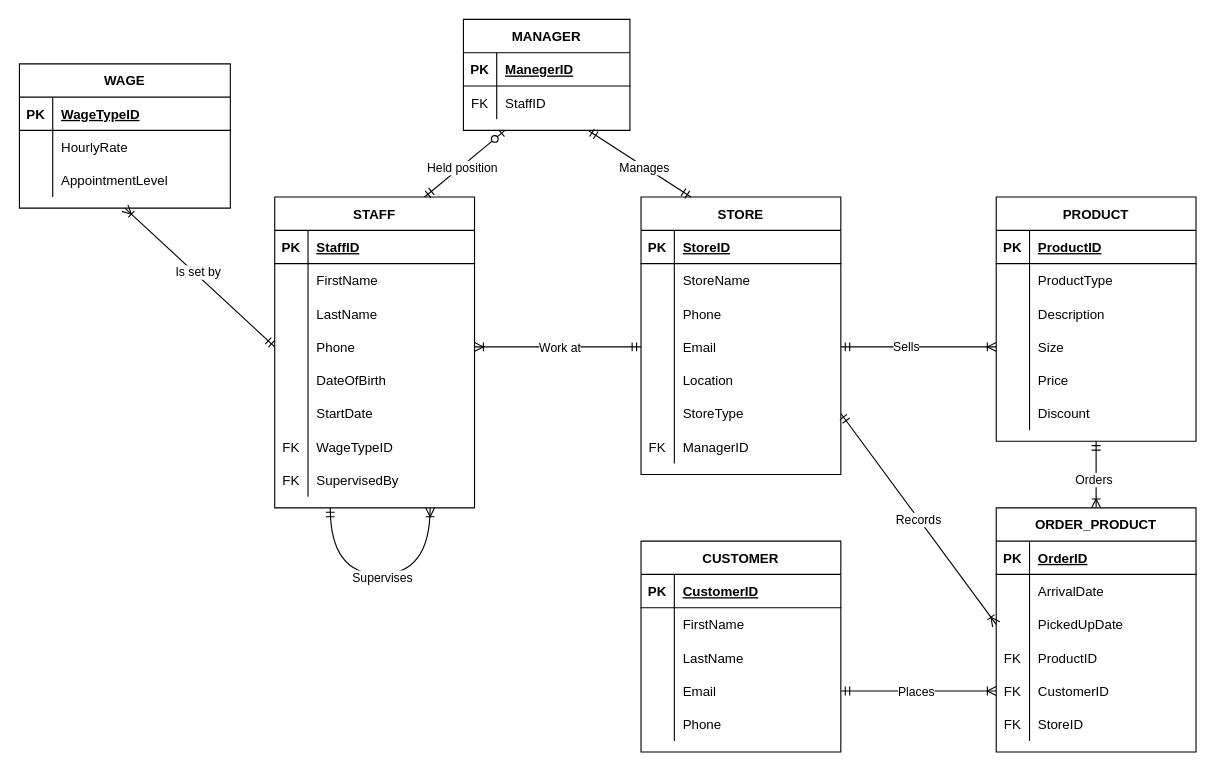
Earlier version of the draw.io diagram FashionERD.drawio (keibee-yod-bst/2814ICT). Source tidied: cells renumbered, new cells numbered last; positions are measured from the earlier drawing's top-left corner, leaving out a move shared by most shapes. Both pictures are drawn from the tidied source at 111%, with x=0, y=0 at pixel (19, 19).
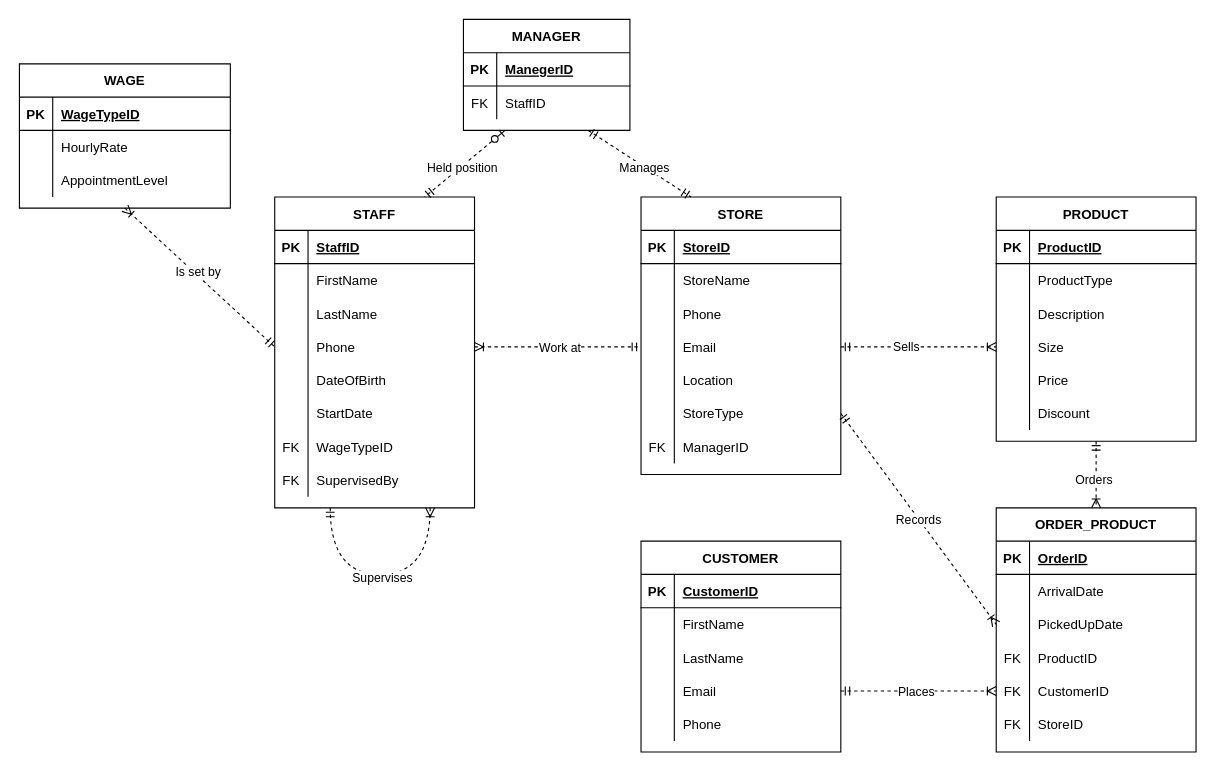
The same diagram, later.

The change refers to these unchanged cells:
```xml
<mxCell id="2" value="STORE" style="shape=table;startSize=30;childLayout=tableLayout;rowLines=0;fontStyle=1;align=center;" parent="1" vertex="1">
  <mxGeometry x="560" y="160" width="180" height="250" as="geometry" />
</mxCell>
<mxCell id="12" style="shape=partialRectangle;fillColor=none;points=[[0,0.5],[1,0.5]];portConstraint=eastwest;top=0;left=0;right=0;bottom=0;" parent="2" vertex="1">
  <mxGeometry y="120" width="180" height="30" as="geometry" />
</mxCell>
<mxCell id="18" style="shape=partialRectangle;fillColor=none;points=[[0,0.5],[1,0.5]];portConstraint=eastwest;top=0;left=0;right=0;bottom=0;" parent="2" vertex="1">
  <mxGeometry y="180" width="180" height="30" as="geometry" />
</mxCell>
<mxCell id="24" value="STAFF" style="shape=table;startSize=30;childLayout=tableLayout;rowLines=0;fontStyle=1;align=center;" parent="1" vertex="1">
  <mxGeometry x="230" y="160" width="180" height="280" as="geometry" />
</mxCell>
<mxCell id="34" style="shape=partialRectangle;fillColor=none;points=[[0,0.5],[1,0.5]];portConstraint=eastwest;top=0;left=0;right=0;bottom=0;" parent="24" vertex="1">
  <mxGeometry y="120" width="180" height="30" as="geometry" />
</mxCell>
<mxCell id="49" value="MANAGER" style="shape=table;startSize=30;childLayout=tableLayout;rowLines=0;fontStyle=1;align=center;" parent="1" vertex="1">
  <mxGeometry x="400" width="150" height="100" as="geometry" />
</mxCell>
<mxCell id="64" value="WAGE" style="shape=table;startSize=30;childLayout=tableLayout;rowLines=0;fontStyle=1;align=center;" parent="1" vertex="1">
  <mxGeometry y="40" width="190" height="130" as="geometry" />
</mxCell>
<mxCell id="76" value="PRODUCT" style="shape=table;startSize=30;childLayout=tableLayout;rowLines=0;fontStyle=1;align=center;" parent="1" vertex="1">
  <mxGeometry x="880" y="160" width="180" height="220" as="geometry" />
</mxCell>
<mxCell id="86" style="shape=partialRectangle;fillColor=none;points=[[0,0.5],[1,0.5]];portConstraint=eastwest;top=0;left=0;right=0;bottom=0;" parent="76" vertex="1">
  <mxGeometry y="120" width="180" height="30" as="geometry" />
</mxCell>
<mxCell id="97" value="ORDER_PRODUCT" style="shape=table;startSize=30;childLayout=tableLayout;rowLines=0;fontStyle=1;align=center;" parent="1" vertex="1">
  <mxGeometry x="880" y="440" width="180" height="220" as="geometry" />
</mxCell>
<mxCell id="104" style="shape=partialRectangle;fillColor=none;points=[[0,0.5],[1,0.5]];portConstraint=eastwest;top=0;left=0;right=0;bottom=0;" parent="97" vertex="1">
  <mxGeometry y="90" width="180" height="30" as="geometry" />
</mxCell>
<mxCell id="110" style="shape=partialRectangle;fillColor=none;points=[[0,0.5],[1,0.5]];portConstraint=eastwest;top=0;left=0;right=0;bottom=0;" parent="97" vertex="1">
  <mxGeometry y="150" width="180" height="30" as="geometry" />
</mxCell>
<mxCell id="128" style="shape=partialRectangle;fillColor=none;points=[[0,0.5],[1,0.5]];portConstraint=eastwest;top=0;left=0;right=0;bottom=0;" parent="118" vertex="1">
  <mxGeometry y="120" width="180" height="30" as="geometry" />
</mxCell>
```

Diff of the diagram source:
```diff
@@
-    <mxCell id="56" style="endArrow=ERmandOne;html=1;rounded=0;entryX=0.25;entryY=0;entryDx=0;entryDy=0;exitX=0.75;exitY=1;exitDx=0;exitDy=0;startArrow=ERmandOne;startFill=0;endFill=0;" parent="1" edge="1" source="49" target="2">
+    <mxCell id="56" style="endArrow=ERmandOne;html=1;rounded=0;entryX=0.25;entryY=0;entryDx=0;entryDy=0;exitX=0.75;exitY=1;exitDx=0;exitDy=0;startArrow=ERmandOne;startFill=0;endFill=0;dashed=1;" parent="1" edge="1" source="49" target="2">
       <mxGeometry relative="1" as="geometry" />
     </mxCell>
@@
-    <mxCell id="58" style="endArrow=ERmandOne;html=1;rounded=0;entryX=0.75;entryY=0;entryDx=0;entryDy=0;exitX=0.25;exitY=1;exitDx=0;exitDy=0;startArrow=ERzeroToOne;startFill=0;endFill=0;" parent="1" edge="1" source="49" target="24">
+    <mxCell id="58" style="endArrow=ERmandOne;html=1;rounded=0;entryX=0.75;entryY=0;entryDx=0;entryDy=0;exitX=0.25;exitY=1;exitDx=0;exitDy=0;startArrow=ERzeroToOne;startFill=0;endFill=0;dashed=1;" parent="1" edge="1" source="49" target="24">
       <mxGeometry relative="1" as="geometry" />
     </mxCell>
@@
-    <mxCell id="60" style="endArrow=ERmandOne;html=1;rounded=0;exitX=1;exitY=0.5;exitDx=0;exitDy=0;entryX=0;entryY=0.5;entryDx=0;entryDy=0;startArrow=ERoneToMany;startFill=0;endFill=0;" parent="1" edge="1" source="34" target="12">
+    <mxCell id="60" style="endArrow=ERmandOne;html=1;rounded=0;exitX=1;exitY=0.5;exitDx=0;exitDy=0;entryX=0;entryY=0.5;entryDx=0;entryDy=0;startArrow=ERoneToMany;startFill=0;endFill=0;dashed=1;" parent="1" edge="1" source="34" target="12">
       <mxGeometry relative="1" as="geometry" />
     </mxCell>
@@
-    <mxCell id="62" style="endArrow=ERoneToMany;html=1;rounded=0;edgeStyle=orthogonalEdgeStyle;curved=1;startArrow=ERmandOne;startFill=0;endFill=0;" parent="1" edge="1">
+    <mxCell id="62" style="endArrow=ERoneToMany;html=1;rounded=0;edgeStyle=orthogonalEdgeStyle;curved=1;startArrow=ERmandOne;startFill=0;endFill=0;dashed=1;" parent="1" edge="1">
       <mxGeometry relative="1" as="geometry">
         <mxPoint x="280" y="440" as="sourcePoint" />
         <mxPoint x="370" y="440" as="targetPoint" />
         <Array as="points">
           <mxPoint x="280" y="500" />
           <mxPoint x="370" y="500" />
         </Array>
       </mxGeometry>
     </mxCell>
@@
-    <mxCell id="74" style="endArrow=ERmandOne;html=1;rounded=0;entryX=0;entryY=0.5;entryDx=0;entryDy=0;exitX=0.5;exitY=1;exitDx=0;exitDy=0;startArrow=ERoneToMany;startFill=0;endFill=0;" parent="1" edge="1" source="64" target="34">
+    <mxCell id="74" style="endArrow=ERmandOne;html=1;rounded=0;entryX=0;entryY=0.5;entryDx=0;entryDy=0;exitX=0.5;exitY=1;exitDx=0;exitDy=0;startArrow=ERoneToMany;startFill=0;endFill=0;dashed=1;" parent="1" edge="1" source="64" target="34">
       <mxGeometry relative="1" as="geometry" />
     </mxCell>
@@
-    <mxCell id="95" style="endArrow=ERoneToMany;html=1;rounded=0;exitX=1;exitY=0.5;exitDx=0;exitDy=0;entryX=0;entryY=0.5;entryDx=0;entryDy=0;startArrow=ERmandOne;startFill=0;endFill=0;" parent="1" edge="1" source="12" target="86">
+    <mxCell id="95" style="endArrow=ERoneToMany;html=1;rounded=0;exitX=1;exitY=0.5;exitDx=0;exitDy=0;entryX=0;entryY=0.5;entryDx=0;entryDy=0;startArrow=ERmandOne;startFill=0;endFill=0;dashed=1;" parent="1" edge="1" source="12" target="86">
       <mxGeometry relative="1" as="geometry" />
     </mxCell>
@@
-    <mxCell id="116" style="endArrow=ERoneToMany;html=1;rounded=0;exitX=1;exitY=0.5;exitDx=0;exitDy=0;entryX=0;entryY=0.5;entryDx=0;entryDy=0;startArrow=ERmandOne;startFill=0;endFill=0;" parent="1" edge="1" source="18" target="104">
+    <mxCell id="116" style="endArrow=ERoneToMany;html=1;rounded=0;exitX=1;exitY=0.5;exitDx=0;exitDy=0;entryX=0;entryY=0.5;entryDx=0;entryDy=0;startArrow=ERmandOne;startFill=0;endFill=0;dashed=1;" parent="1" edge="1" source="18" target="104">
       <mxGeometry relative="1" as="geometry" />
     </mxCell>
@@
-    <mxCell id="134" style="endArrow=ERoneToMany;html=1;rounded=0;entryX=0;entryY=0.5;entryDx=0;entryDy=0;exitX=1;exitY=0.5;exitDx=0;exitDy=0;startArrow=ERmandOne;startFill=0;endFill=0;" parent="1" edge="1" source="128" target="110">
+    <mxCell id="134" style="endArrow=ERoneToMany;html=1;rounded=0;entryX=0;entryY=0.5;entryDx=0;entryDy=0;exitX=1;exitY=0.5;exitDx=0;exitDy=0;startArrow=ERmandOne;startFill=0;endFill=0;dashed=1;" parent="1" edge="1" source="128" target="110">
       <mxGeometry relative="1" as="geometry" />
     </mxCell>
@@
-    <mxCell id="136" style="endArrow=ERoneToMany;html=1;rounded=0;entryX=0.5;entryY=0;entryDx=0;entryDy=0;exitX=0.5;exitY=1;exitDx=0;exitDy=0;startArrow=ERmandOne;startFill=0;endFill=0;" parent="1" edge="1" source="76" target="97">
+    <mxCell id="136" style="endArrow=ERoneToMany;html=1;rounded=0;entryX=0.5;entryY=0;entryDx=0;entryDy=0;exitX=0.5;exitY=1;exitDx=0;exitDy=0;startArrow=ERmandOne;startFill=0;endFill=0;dashed=1;" parent="1" edge="1" source="76" target="97">
       <mxGeometry relative="1" as="geometry" />
     </mxCell>
```
